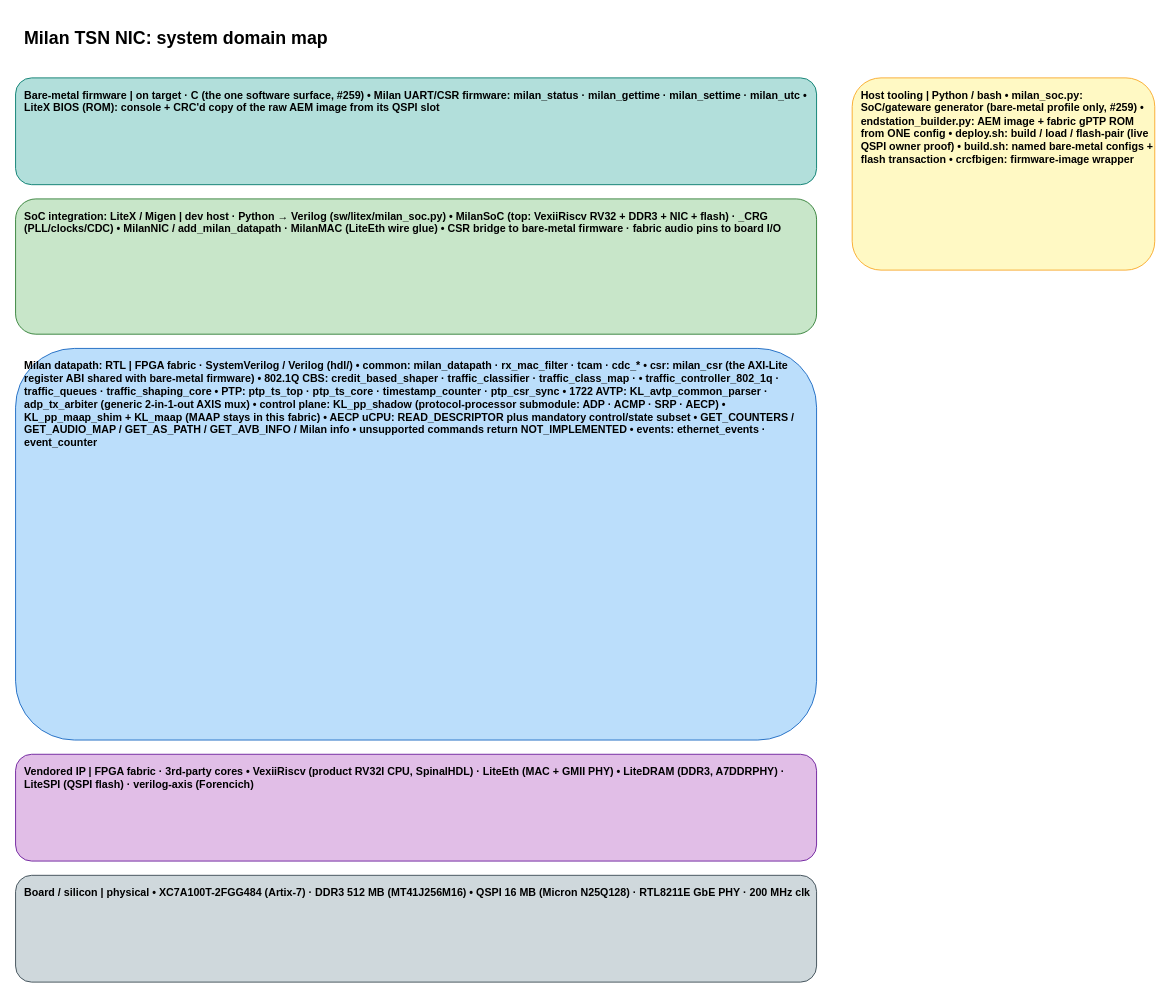
This is docs/SYSTEM_DOMAIN_MAP.drawio from kebag-logic/milan-fpga, a draw.io file, before an edit. Source tidied: cells renumbered, new cells numbered last; positions are measured from the earlier drawing's top-left corner, leaving out a move shared by most shapes. Both pictures are drawn from the tidied source at 89%, with x=0, y=0 at pixel (15, 15).
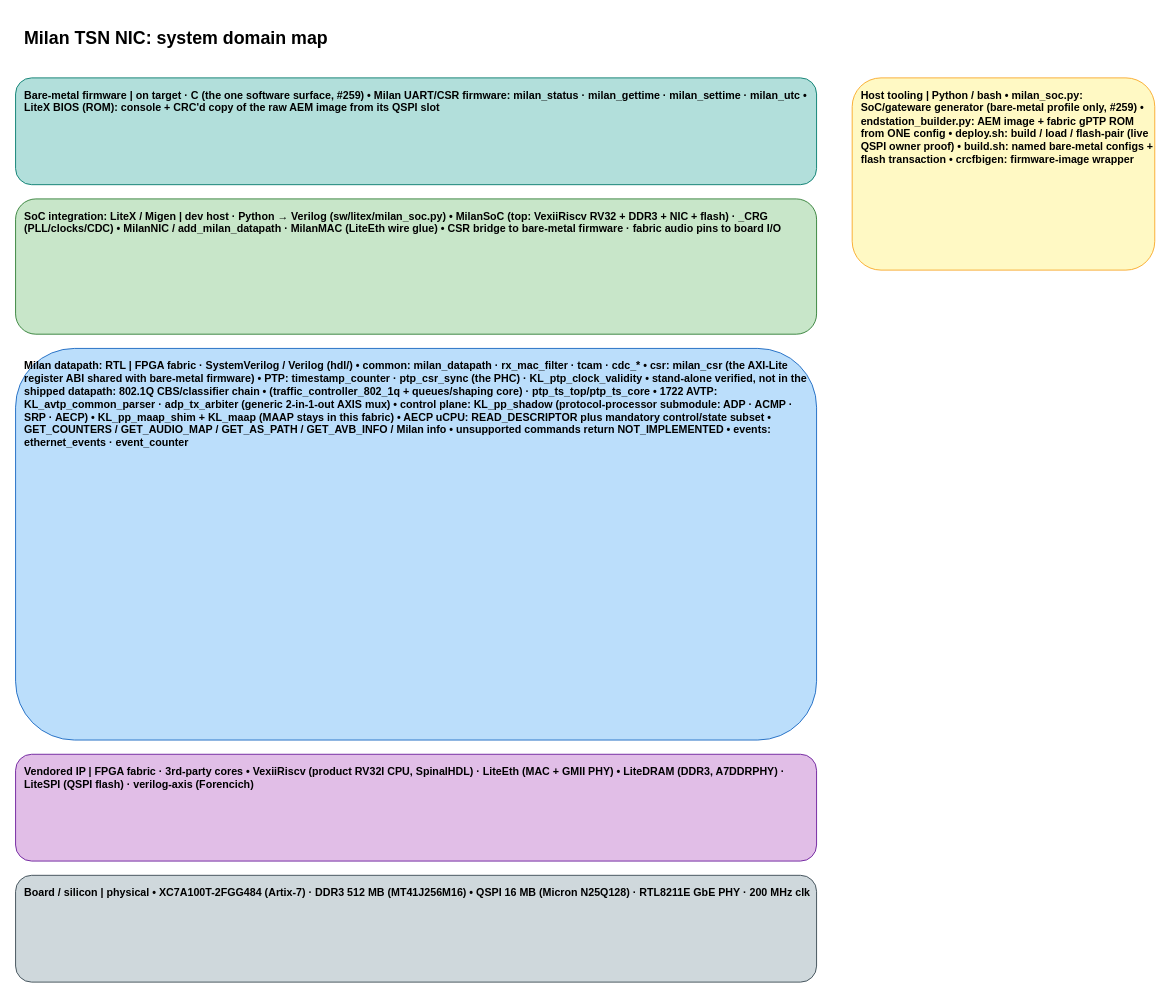
After the change.

What changed in the source:
```diff
@@
 <mxGraphModel>
   <root>
     <mxCell id="0" />
     <mxCell id="1" parent="0" />
     <mxCell id="2" value="Milan TSN NIC: system domain map" style="rounded=1;whiteSpace=wrap;html=1;fillColor=none;strokeColor=none;fontSize=20;align=left;verticalAlign=top;spacingLeft=8;spacingTop=6;fontStyle=1;" parent="1" vertex="1">
       <mxGeometry width="700" height="30" as="geometry" />
     </mxCell>
     <mxCell id="3" value="Bare-metal firmware   |   on target · C (the one software surface, #259)  • Milan UART/CSR firmware: milan_status · milan_gettime · milan_settime · milan_utc • LiteX BIOS (ROM): console + CRC'd copy of the raw AEM image from its QSPI slot" style="rounded=1;whiteSpace=wrap;html=1;fillColor=#B2DFDB;strokeColor=#00796B;fontSize=12;align=left;verticalAlign=top;spacingLeft=8;spacingTop=6;fontStyle=1;" parent="1" vertex="1">
       <mxGeometry y="70" width="900" height="120" as="geometry" />
     </mxCell>
     <mxCell id="4" value="SoC integration: LiteX / Migen   |   dev host · Python → Verilog  (sw/litex/milan_soc.py)  • MilanSoC (top: VexiiRiscv RV32 + DDR3 + NIC + flash)   ·   _CRG (PLL/clocks/CDC) • MilanNIC / add_milan_datapath   ·   MilanMAC (LiteEth wire glue) • CSR bridge to bare-metal firmware   ·   fabric audio pins to board I/O" style="rounded=1;whiteSpace=wrap;html=1;fillColor=#C8E6C9;strokeColor=#2E7D32;fontSize=12;align=left;verticalAlign=top;spacingLeft=8;spacingTop=6;fontStyle=1;" parent="1" vertex="1">
       <mxGeometry y="206" width="900" height="152" as="geometry" />
     </mxCell>
-    <mxCell id="5" value="Milan datapath: RTL   |   FPGA fabric · SystemVerilog / Verilog  (hdl/)  • common: milan_datapath · rx_mac_filter · tcam · cdc_* • csr: milan_csr  (the AXI-Lite register ABI shared with bare-metal firmware) • 802.1Q CBS: credit_based_shaper · traffic_classifier · traffic_class_map · •             traffic_controller_802_1q · traffic_queues · traffic_shaping_core • PTP: ptp_ts_top · ptp_ts_core · timestamp_counter · ptp_csr_sync • 1722 AVTP: KL_avtp_common_parser   ·   adp_tx_arbiter (generic 2-in-1-out AXIS mux) • control plane: KL_pp_shadow (protocol-processor submodule: ADP · ACMP · SRP · AECP) •                KL_pp_maap_shim + KL_maap  (MAAP stays in this fabric) •                AECP uCPU: READ_DESCRIPTOR plus mandatory control/state subset •                GET_COUNTERS / GET_AUDIO_MAP / GET_AS_PATH / GET_AVB_INFO / Milan info •                unsupported commands return NOT_IMPLEMENTED • events: ethernet_events · event_counter" style="rounded=1;whiteSpace=wrap;html=1;fillColor=#BBDEFB;strokeColor=#1565C0;fontSize=12;align=left;verticalAlign=top;spacingLeft=8;spacingTop=6;fontStyle=1;" parent="1" vertex="1">
+    <mxCell id="5" value="Milan datapath: RTL   |   FPGA fabric · SystemVerilog / Verilog  (hdl/)  • common: milan_datapath · rx_mac_filter · tcam · cdc_* • csr: milan_csr  (the AXI-Lite register ABI shared with bare-metal firmware) • PTP: timestamp_counter · ptp_csr_sync (the PHC) · KL_ptp_clock_validity • stand-alone verified, not in the shipped datapath: 802.1Q CBS/classifier chain •             (traffic_controller_802_1q + queues/shaping core) · ptp_ts_top/ptp_ts_core • 1722 AVTP: KL_avtp_common_parser   ·   adp_tx_arbiter (generic 2-in-1-out AXIS mux) • control plane: KL_pp_shadow (protocol-processor submodule: ADP · ACMP · SRP · AECP) •                KL_pp_maap_shim + KL_maap  (MAAP stays in this fabric) •                AECP uCPU: READ_DESCRIPTOR plus mandatory control/state subset •                GET_COUNTERS / GET_AUDIO_MAP / GET_AS_PATH / GET_AVB_INFO / Milan info •                unsupported commands return NOT_IMPLEMENTED • events: ethernet_events · event_counter" style="rounded=1;whiteSpace=wrap;html=1;fillColor=#BBDEFB;strokeColor=#1565C0;fontSize=12;align=left;verticalAlign=top;spacingLeft=8;spacingTop=6;fontStyle=1;" parent="1" vertex="1">
       <mxGeometry y="374" width="900" height="440" as="geometry" />
     </mxCell>
     <mxCell id="6" value="Vendored IP   |   FPGA fabric · 3rd-party cores  • VexiiRiscv (product RV32I CPU, SpinalHDL)   ·   LiteEth (MAC + GMII PHY) • LiteDRAM (DDR3, A7DDRPHY)   ·   LiteSPI (QSPI flash)   ·   verilog-axis (Forencich)" style="rounded=1;whiteSpace=wrap;html=1;fillColor=#E1BEE7;strokeColor=#6A1B9A;fontSize=12;align=left;verticalAlign=top;spacingLeft=8;spacingTop=6;fontStyle=1;" parent="1" vertex="1">
       <mxGeometry y="830" width="900" height="120" as="geometry" />
     </mxCell>
     <mxCell id="7" value="Board / silicon   |   physical  • XC7A100T-2FGG484 (Artix-7)  ·  DDR3 512 MB (MT41J256M16) • QSPI 16 MB (Micron N25Q128)  ·  RTL8211E GbE PHY  ·  200 MHz clk" style="rounded=1;whiteSpace=wrap;html=1;fillColor=#CFD8DC;strokeColor=#37474F;fontSize=12;align=left;verticalAlign=top;spacingLeft=8;spacingTop=6;fontStyle=1;" parent="1" vertex="1">
       <mxGeometry y="966" width="900" height="120" as="geometry" />
     </mxCell>
     <mxCell id="8" value="Host tooling   |   Python / bash  • milan_soc.py: SoC/gateware generator (bare-metal profile only, #259) • endstation_builder.py: AEM image + fabric gPTP ROM from ONE config • deploy.sh: build / load / flash-pair (live QSPI owner proof) • build.sh: named bare-metal configs + flash transaction • crcfbigen: firmware-image wrapper" style="rounded=1;whiteSpace=wrap;html=1;fillColor=#FFF9C4;strokeColor=#F9A825;fontSize=12;align=left;verticalAlign=top;spacingLeft=8;spacingTop=6;fontStyle=1;" parent="1" vertex="1">
       <mxGeometry x="940" y="70" width="340" height="216" as="geometry" />
     </mxCell>
   </root>
 </mxGraphModel>
```
